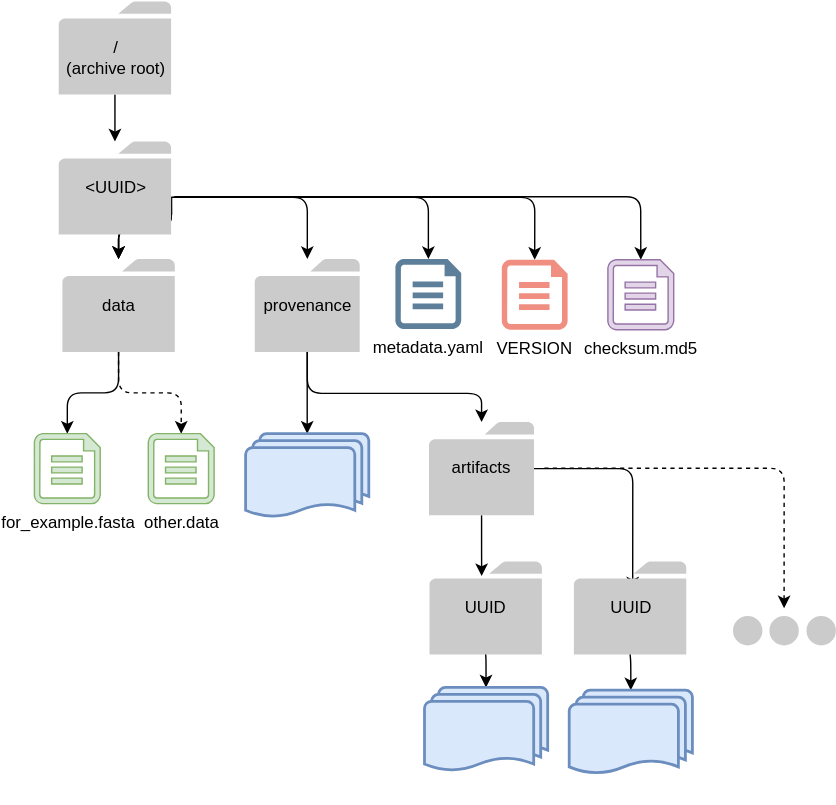
Earlier version of the draw.io export source/img/archive_versions/v5_archive_fmt.svg (qiime2/dev-docs). Source tidied: cells renumbered, new cells last; positions are measured from the earlier drawing's top-left corner, leaving out a move shared by most shapes. The source it was exported from:
```xml
<mxGraphModel>
  <root>
    <mxCell id="0" />
    <mxCell id="1" parent="0" />
    <mxCell id="2" style="edgeStyle=orthogonalEdgeStyle;jettySize=auto;html=1;" parent="1" edge="1" target="15">
      <mxGeometry relative="1" as="geometry">
        <mxPoint x="97.9" y="140.5" as="sourcePoint" />
      </mxGeometry>
    </mxCell>
    <mxCell id="3" style="edgeStyle=orthogonalEdgeStyle;jettySize=auto;html=1;" parent="1" edge="1" target="10">
      <mxGeometry relative="1" as="geometry">
        <mxPoint x="97.9" y="140.5" as="sourcePoint" />
      </mxGeometry>
    </mxCell>
    <mxCell id="4" style="edgeStyle=orthogonalEdgeStyle;jettySize=auto;html=1;" parent="1" edge="1" target="11">
      <mxGeometry relative="1" as="geometry">
        <mxPoint x="97.9" y="140.5" as="sourcePoint" />
      </mxGeometry>
    </mxCell>
    <mxCell id="5" style="edgeStyle=orthogonalEdgeStyle;jettySize=auto;html=1;entryX=0.5;entryY=0;entryDx=0;entryDy=0;entryPerimeter=0;" parent="1" edge="1" target="12">
      <mxGeometry relative="1" as="geometry">
        <mxPoint x="97.9" y="140.5" as="sourcePoint" />
      </mxGeometry>
    </mxCell>
    <mxCell id="6" style="edgeStyle=orthogonalEdgeStyle;jettySize=auto;html=1;" parent="1" edge="1" target="10">
      <mxGeometry relative="1" as="geometry">
        <mxPoint x="97.9" y="140.5" as="sourcePoint" />
      </mxGeometry>
    </mxCell>
    <mxCell id="7" style="edgeStyle=orthogonalEdgeStyle;jettySize=auto;html=1;" parent="1" edge="1" target="10">
      <mxGeometry relative="1" as="geometry">
        <mxPoint x="97.9" y="140.5" as="sourcePoint" />
      </mxGeometry>
    </mxCell>
    <mxCell id="8" style="edgeStyle=orthogonalEdgeStyle;jettySize=auto;html=1;entryX=0.5;entryY=0;entryDx=0;entryDy=0;entryPerimeter=0;" parent="1" edge="1" source="10" target="19">
      <mxGeometry relative="1" as="geometry" />
    </mxCell>
    <mxCell id="9" style="edgeStyle=orthogonalEdgeStyle;jettySize=auto;html=1;entryX=0.5;entryY=0;entryDx=0;entryDy=0;entryPerimeter=0;dashed=1;" parent="1" edge="1" source="10" target="20">
      <mxGeometry relative="1" as="geometry" />
    </mxCell>
    <mxCell id="10" value="&lt;div&gt;data&lt;/div&gt;" style="shadow=0;dashed=0;html=1;strokeColor=none;labelPosition=center;verticalLabelPosition=middle;verticalAlign=middle;outlineConnect=0;align=center;shape=mxgraph.office.concepts.folder;fillColor=#CCCBCB;rounded=1;" parent="1" vertex="1">
      <mxGeometry x="20" y="184.5" width="80.3" height="66.5" as="geometry" />
    </mxCell>
    <mxCell id="11" value="metadata.yaml" style="shadow=0;dashed=0;html=1;strokeColor=none;labelPosition=center;verticalLabelPosition=bottom;verticalAlign=top;align=center;shape=mxgraph.azure.file;fillColor=#5D7F99;rounded=1;" parent="1" vertex="1">
      <mxGeometry x="257.9" y="184.5" width="47" height="50" as="geometry" />
    </mxCell>
    <mxCell id="12" value="VERSION" style="shadow=0;dashed=0;html=1;strokeColor=none;labelPosition=center;verticalLabelPosition=bottom;verticalAlign=top;align=center;shape=mxgraph.azure.file;fillColor=#F08E81;rounded=1;" parent="1" vertex="1">
      <mxGeometry x="333.9" y="185" width="47" height="50" as="geometry" />
    </mxCell>
    <mxCell id="13" style="edgeStyle=orthogonalEdgeStyle;jettySize=auto;html=1;entryX=0.5;entryY=0;entryDx=0;entryDy=0;entryPerimeter=0;" parent="1" edge="1" source="15" target="26">
      <mxGeometry relative="1" as="geometry" />
    </mxCell>
    <mxCell id="14" style="edgeStyle=orthogonalEdgeStyle;jettySize=auto;html=1;endArrow=classic;endFill=1;" parent="1" edge="1" source="15" target="23">
      <mxGeometry relative="1" as="geometry">
        <Array as="points">
          <mxPoint x="195.4" y="280.5" />
          <mxPoint x="319.4" y="280.5" />
        </Array>
      </mxGeometry>
    </mxCell>
    <mxCell id="15" value="provenance" style="shadow=0;dashed=0;html=1;strokeColor=none;labelPosition=center;verticalLabelPosition=middle;verticalAlign=middle;outlineConnect=0;align=center;shape=mxgraph.office.concepts.folder;fillColor=#CCCBCB;rounded=1;" parent="1" vertex="1">
      <mxGeometry x="157.4" y="184.5" width="75" height="66.5" as="geometry" />
    </mxCell>
    <mxCell id="16" style="edgeStyle=orthogonalEdgeStyle;jettySize=auto;html=1;" parent="1" edge="1" source="17" target="18">
      <mxGeometry relative="1" as="geometry" />
    </mxCell>
    <mxCell id="17" value="&lt;div&gt;&lt;br&gt;&lt;/div&gt;&lt;div&gt;/&lt;/div&gt;&lt;div&gt;(archive root)&lt;/div&gt;" style="shadow=0;dashed=0;html=1;strokeColor=none;labelPosition=center;verticalLabelPosition=middle;verticalAlign=middle;outlineConnect=0;align=center;shape=mxgraph.office.concepts.folder;fillColor=#CCCBCB;rounded=1;" parent="1" vertex="1">
      <mxGeometry x="17.4" y="0.5" width="80.3" height="66.5" as="geometry" />
    </mxCell>
    <mxCell id="18" value="&lt;div&gt;&amp;lt;UUID&amp;gt;&lt;/div&gt;" style="shadow=0;dashed=0;html=1;strokeColor=none;labelPosition=center;verticalLabelPosition=middle;verticalAlign=middle;outlineConnect=0;align=center;shape=mxgraph.office.concepts.folder;fillColor=#CCCBCB;rounded=1;" parent="1" vertex="1">
      <mxGeometry x="17.4" y="100.5" width="80.3" height="66.5" as="geometry" />
    </mxCell>
    <mxCell id="19" value="&lt;div&gt;for_example.fasta&lt;/div&gt;" style="shadow=0;dashed=0;html=1;strokeColor=#82b366;labelPosition=center;verticalLabelPosition=bottom;verticalAlign=top;align=center;shape=mxgraph.azure.file;fillColor=#d5e8d4;rounded=1;" parent="1" vertex="1">
      <mxGeometry y="309.2" width="47" height="50" as="geometry" />
    </mxCell>
    <mxCell id="20" value="&lt;div&gt;other.data&lt;/div&gt;" style="shadow=0;dashed=0;html=1;strokeColor=#82b366;labelPosition=center;verticalLabelPosition=bottom;verticalAlign=top;align=center;shape=mxgraph.azure.file;fillColor=#d5e8d4;rounded=1;" parent="1" vertex="1">
      <mxGeometry x="81.4" y="309.2" width="47" height="50" as="geometry" />
    </mxCell>
    <mxCell id="21" style="edgeStyle=orthogonalEdgeStyle;jettySize=auto;html=1;" parent="1" edge="1" source="23">
      <mxGeometry relative="1" as="geometry">
        <mxPoint x="319.5" y="411" as="targetPoint" />
      </mxGeometry>
    </mxCell>
    <mxCell id="22" style="edgeStyle=orthogonalEdgeStyle;rounded=1;jettySize=auto;html=1;" parent="1" edge="1" source="23">
      <mxGeometry relative="1" as="geometry">
        <mxPoint x="427.4" y="420.5" as="targetPoint" />
      </mxGeometry>
    </mxCell>
    <mxCell id="23" value="artifacts" style="shadow=0;dashed=0;html=1;strokeColor=none;labelPosition=center;verticalLabelPosition=middle;verticalAlign=middle;outlineConnect=0;align=center;shape=mxgraph.office.concepts.folder;fillColor=#CCCBCB;rounded=1;" parent="1" vertex="1">
      <mxGeometry x="281.9" y="301" width="75" height="66.5" as="geometry" />
    </mxCell>
    <mxCell id="24" value="UUID" style="shadow=0;dashed=0;html=1;strokeColor=none;labelPosition=center;verticalLabelPosition=middle;verticalAlign=middle;outlineConnect=0;align=center;shape=mxgraph.office.concepts.folder;fillColor=#CCCBCB;rounded=1;" parent="1" vertex="1">
      <mxGeometry x="282.2" y="400.5" width="80.3" height="66.5" as="geometry" />
    </mxCell>
    <mxCell id="25" style="edgeStyle=orthogonalEdgeStyle;rounded=0;jettySize=auto;html=1;dashed=1;strokeColor=none;startArrow=classic;startFill=1;endArrow=none;endFill=0;" parent="1" edge="1" target="24">
      <mxGeometry relative="1" as="geometry">
        <mxPoint x="361.9" y="565.5" as="sourcePoint" />
      </mxGeometry>
    </mxCell>
    <mxCell id="26" style="strokeWidth=2;html=1;shape=mxgraph.flowchart.multi-document;whiteSpace=wrap;fillColor=#dae8fc;strokeColor=#6c8ebf;rounded=1;" parent="1" vertex="1">
      <mxGeometry x="150.9" y="309.2" width="88" height="60" as="geometry" />
    </mxCell>
    <mxCell id="27" value="UUID" style="shadow=0;dashed=0;html=1;strokeColor=none;labelPosition=center;verticalLabelPosition=middle;verticalAlign=middle;outlineConnect=0;align=center;shape=mxgraph.office.concepts.folder;fillColor=#CCCBCB;rounded=1;" parent="1" vertex="1">
      <mxGeometry x="385.4" y="400.5" width="80.3" height="66.5" as="geometry" />
    </mxCell>
    <mxCell id="28" style="edgeStyle=orthogonalEdgeStyle;rounded=1;jettySize=auto;html=1;startArrow=classic;startFill=1;endArrow=none;endFill=0;" parent="1" edge="1" source="29" target="24">
      <mxGeometry relative="1" as="geometry" />
    </mxCell>
    <mxCell id="29" style="strokeWidth=2;html=1;shape=mxgraph.flowchart.multi-document;whiteSpace=wrap;fillColor=#dae8fc;strokeColor=#6c8ebf;rounded=1;" parent="1" vertex="1">
      <mxGeometry x="278.6" y="490.5" width="88" height="60" as="geometry" />
    </mxCell>
    <mxCell id="30" style="edgeStyle=orthogonalEdgeStyle;rounded=1;jettySize=auto;html=1;startArrow=classic;startFill=1;endArrow=none;endFill=0;" parent="1" edge="1" source="31" target="27">
      <mxGeometry relative="1" as="geometry" />
    </mxCell>
    <mxCell id="31" style="strokeWidth=2;html=1;shape=mxgraph.flowchart.multi-document;whiteSpace=wrap;fillColor=#dae8fc;strokeColor=#6c8ebf;rounded=1;" parent="1" vertex="1">
      <mxGeometry x="382" y="492.5" width="88" height="60" as="geometry" />
    </mxCell>
    <mxCell id="32" style="edgeStyle=orthogonalEdgeStyle;rounded=1;orthogonalLoop=1;jettySize=auto;html=1;startArrow=classic;startFill=1;endArrow=none;endFill=0;dashed=1;" parent="1" edge="1">
      <mxGeometry relative="1" as="geometry">
        <mxPoint x="535.5" y="434" as="sourcePoint" />
        <mxPoint x="362.4" y="334" as="targetPoint" />
        <Array as="points">
          <mxPoint x="535.4" y="334" />
        </Array>
      </mxGeometry>
    </mxCell>
    <mxCell id="33" style="group;" parent="1" vertex="1">
      <mxGeometry x="499.5" y="440" width="72.5" height="20" as="geometry" />
    </mxCell>
    <mxCell id="34" style="ellipse;whiteSpace=wrap;html=1;rounded=1;strokeColor=#CCCBCB;fillColor=#CCCBCB;" parent="33" vertex="1">
      <mxGeometry width="20" height="20" as="geometry" />
    </mxCell>
    <mxCell id="35" style="ellipse;whiteSpace=wrap;html=1;rounded=1;strokeColor=#CCCBCB;fillColor=#CCCBCB;" parent="33" vertex="1">
      <mxGeometry x="26" width="20" height="20" as="geometry" />
    </mxCell>
    <mxCell id="36" style="ellipse;whiteSpace=wrap;html=1;rounded=1;strokeColor=#CCCBCB;fillColor=#CCCBCB;" parent="33" vertex="1">
      <mxGeometry x="52.5" width="20" height="20" as="geometry" />
    </mxCell>
    <mxCell id="37" style="edgeStyle=orthogonalEdgeStyle;rounded=1;orthogonalLoop=1;jettySize=auto;html=1;exitX=0.5;exitY=0;exitDx=0;exitDy=0;exitPerimeter=0;endArrow=none;endFill=0;startArrow=classic;startFill=1;" parent="1" edge="1">
      <mxGeometry relative="1" as="geometry">
        <mxPoint x="433.1" y="185" as="sourcePoint" />
        <mxPoint x="100" y="140" as="targetPoint" />
        <Array as="points">
          <mxPoint x="433" y="140" />
        </Array>
      </mxGeometry>
    </mxCell>
    <mxCell id="38" value="&lt;div&gt;checksum.md5&lt;/div&gt;" style="shadow=0;dashed=0;html=1;strokeColor=#9673a6;labelPosition=center;verticalLabelPosition=bottom;verticalAlign=top;align=center;shape=mxgraph.azure.file;fillColor=#e1d5e7;rounded=1;" parent="1" vertex="1">
      <mxGeometry x="409.6" y="185" width="47" height="50" as="geometry" />
    </mxCell>
  </root>
</mxGraphModel>
```
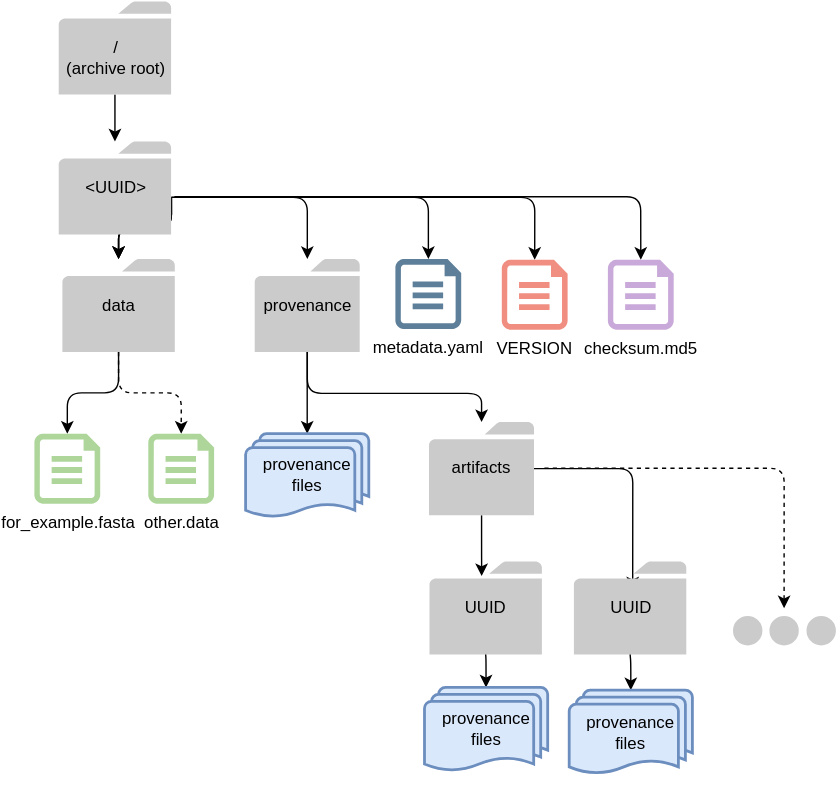
After the commit.

The edit, as a diff of the source:
```diff
@@ -70,10 +70,10 @@
     <mxCell id="18" value="&lt;div&gt;&amp;lt;UUID&amp;gt;&lt;/div&gt;" style="shadow=0;dashed=0;html=1;strokeColor=none;labelPosition=center;verticalLabelPosition=middle;verticalAlign=middle;outlineConnect=0;align=center;shape=mxgraph.office.concepts.folder;fillColor=#CCCBCB;rounded=1;" parent="1" vertex="1">
       <mxGeometry x="17.4" y="100.5" width="80.3" height="66.5" as="geometry" />
     </mxCell>
-    <mxCell id="19" value="&lt;div&gt;for_example.fasta&lt;/div&gt;" style="shadow=0;dashed=0;html=1;strokeColor=#82b366;labelPosition=center;verticalLabelPosition=bottom;verticalAlign=top;align=center;shape=mxgraph.azure.file;fillColor=#d5e8d4;rounded=1;" parent="1" vertex="1">
+    <mxCell id="19" value="&lt;div&gt;for_example.fasta&lt;/div&gt;" style="shadow=0;dashed=0;html=1;labelPosition=center;verticalLabelPosition=bottom;verticalAlign=top;align=center;shape=mxgraph.azure.file;rounded=1;strokeColor=none;fillColor=#AED69A;" parent="1" vertex="1">
       <mxGeometry y="309.2" width="47" height="50" as="geometry" />
     </mxCell>
-    <mxCell id="20" value="&lt;div&gt;other.data&lt;/div&gt;" style="shadow=0;dashed=0;html=1;strokeColor=#82b366;labelPosition=center;verticalLabelPosition=bottom;verticalAlign=top;align=center;shape=mxgraph.azure.file;fillColor=#d5e8d4;rounded=1;" parent="1" vertex="1">
+    <mxCell id="20" value="&lt;div&gt;other.data&lt;/div&gt;" style="shadow=0;dashed=0;html=1;labelPosition=center;verticalLabelPosition=bottom;verticalAlign=top;align=center;shape=mxgraph.azure.file;rounded=1;strokeColor=none;fillColor=#AED69A;" parent="1" vertex="1">
       <mxGeometry x="81.4" y="309.2" width="47" height="50" as="geometry" />
     </mxCell>
     <mxCell id="21" style="edgeStyle=orthogonalEdgeStyle;jettySize=auto;html=1;" parent="1" edge="1" source="23">
@@ -97,7 +97,7 @@
         <mxPoint x="361.9" y="565.5" as="sourcePoint" />
       </mxGeometry>
     </mxCell>
-    <mxCell id="26" style="strokeWidth=2;html=1;shape=mxgraph.flowchart.multi-document;whiteSpace=wrap;fillColor=#dae8fc;strokeColor=#6c8ebf;rounded=1;" parent="1" vertex="1">
+    <mxCell id="26" value="&lt;div&gt;provenance files&lt;/div&gt;" style="strokeWidth=2;html=1;shape=mxgraph.flowchart.multi-document;whiteSpace=wrap;fillColor=#dae8fc;strokeColor=#6c8ebf;rounded=1;" parent="1" vertex="1">
       <mxGeometry x="150.9" y="309.2" width="88" height="60" as="geometry" />
     </mxCell>
     <mxCell id="27" value="UUID" style="shadow=0;dashed=0;html=1;strokeColor=none;labelPosition=center;verticalLabelPosition=middle;verticalAlign=middle;outlineConnect=0;align=center;shape=mxgraph.office.concepts.folder;fillColor=#CCCBCB;rounded=1;" parent="1" vertex="1">
@@ -106,13 +106,13 @@
     <mxCell id="28" style="edgeStyle=orthogonalEdgeStyle;rounded=1;jettySize=auto;html=1;startArrow=classic;startFill=1;endArrow=none;endFill=0;" parent="1" edge="1" source="29" target="24">
       <mxGeometry relative="1" as="geometry" />
     </mxCell>
-    <mxCell id="29" style="strokeWidth=2;html=1;shape=mxgraph.flowchart.multi-document;whiteSpace=wrap;fillColor=#dae8fc;strokeColor=#6c8ebf;rounded=1;" parent="1" vertex="1">
+    <mxCell id="29" value="&lt;div&gt;provenance files&lt;/div&gt;" style="strokeWidth=2;html=1;shape=mxgraph.flowchart.multi-document;whiteSpace=wrap;fillColor=#dae8fc;strokeColor=#6c8ebf;rounded=1;" parent="1" vertex="1">
       <mxGeometry x="278.6" y="490.5" width="88" height="60" as="geometry" />
     </mxCell>
     <mxCell id="30" style="edgeStyle=orthogonalEdgeStyle;rounded=1;jettySize=auto;html=1;startArrow=classic;startFill=1;endArrow=none;endFill=0;" parent="1" edge="1" source="31" target="27">
       <mxGeometry relative="1" as="geometry" />
     </mxCell>
-    <mxCell id="31" style="strokeWidth=2;html=1;shape=mxgraph.flowchart.multi-document;whiteSpace=wrap;fillColor=#dae8fc;strokeColor=#6c8ebf;rounded=1;" parent="1" vertex="1">
+    <mxCell id="31" value="&lt;div&gt;provenance files&lt;/div&gt;" style="strokeWidth=2;html=1;shape=mxgraph.flowchart.multi-document;whiteSpace=wrap;fillColor=#dae8fc;strokeColor=#6c8ebf;rounded=1;" parent="1" vertex="1">
       <mxGeometry x="382" y="492.5" width="88" height="60" as="geometry" />
     </mxCell>
     <mxCell id="32" style="edgeStyle=orthogonalEdgeStyle;rounded=1;orthogonalLoop=1;jettySize=auto;html=1;startArrow=classic;startFill=1;endArrow=none;endFill=0;dashed=1;" parent="1" edge="1">
@@ -145,7 +145,7 @@
         </Array>
       </mxGeometry>
     </mxCell>
-    <mxCell id="38" value="&lt;div&gt;checksum.md5&lt;/div&gt;" style="shadow=0;dashed=0;html=1;strokeColor=#9673a6;labelPosition=center;verticalLabelPosition=bottom;verticalAlign=top;align=center;shape=mxgraph.azure.file;fillColor=#e1d5e7;rounded=1;" parent="1" vertex="1">
+    <mxCell id="38" value="&lt;div&gt;checksum.md5&lt;/div&gt;" style="shadow=0;dashed=0;html=1;labelPosition=center;verticalLabelPosition=bottom;verticalAlign=top;align=center;shape=mxgraph.azure.file;rounded=1;strokeColor=none;fillColor=#C9A9D9;" parent="1" vertex="1">
       <mxGeometry x="409.6" y="185" width="47" height="50" as="geometry" />
     </mxCell>
   </root>
```
